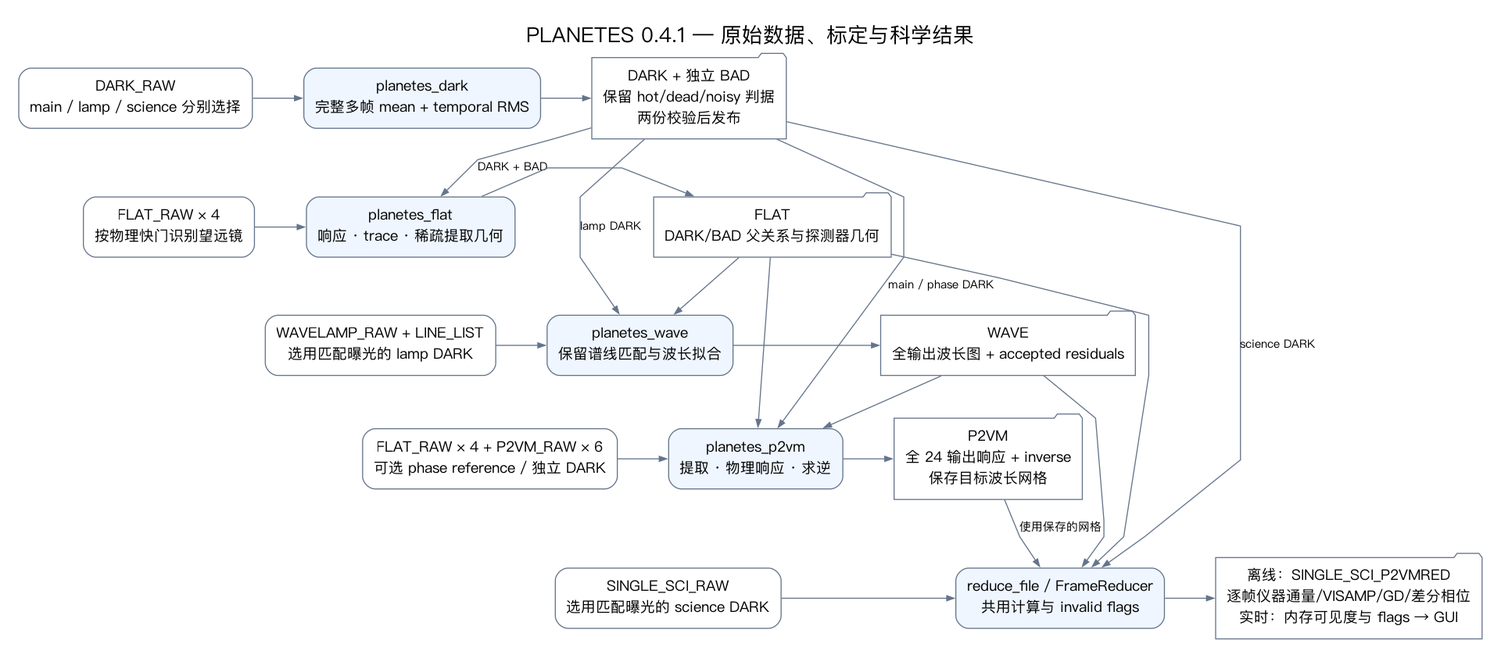
The Graphviz diagram docs/dataflow.png in zexwu/planetes_pipe, before a commit. Its source is kept beside it as docs/dataflow.dot.
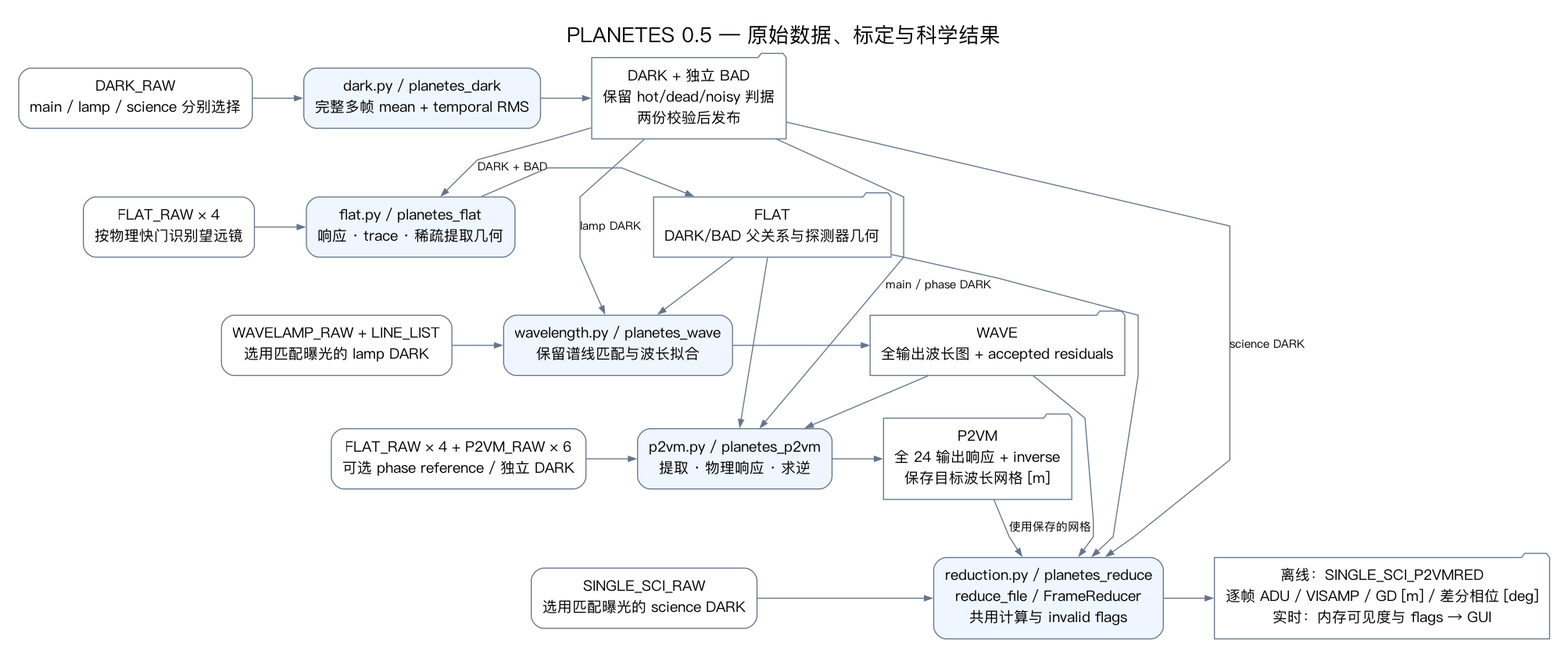
The same diagram one commit later.

The edit, as a diff of the source:
```diff
@@ -1,22 +1,22 @@
 digraph Dataflow {
-  graph [rankdir=TB, bgcolor="white", pad=0.25, nodesep=0.35, ranksep=0.55, splines=polyline, fontname="PingFang SC", fontsize=20, label="PLANETES 0.4.1 — 原始数据、标定与科学结果", labelloc=t];
+  graph [rankdir=TB, bgcolor="white", pad=0.25, nodesep=0.35, ranksep=0.55, splines=polyline, fontname="PingFang SC", fontsize=20, label="PLANETES 0.5 — 原始数据、标定与科学结果", labelloc=t];
   node [shape=box, style="rounded", fontname="PingFang SC", fontsize=14, color="#64748b", margin="0.15,0.12"];
   edge [fontname="PingFang SC", fontsize=11, color="#64748b", arrowsize=0.7];
   rawdark [label="DARK_RAW\nmain / lamp / science 分别选择"];
-  dark [label="planetes_dark\n完整多帧 mean + temporal RMS", style="rounded,filled", fillcolor="#eff6ff"];
+  dark [label="dark.py / planetes_dark\n完整多帧 mean + temporal RMS", style="rounded,filled", fillcolor="#eff6ff"];
   darkfits [label="DARK + 独立 BAD\n保留 hot/dead/noisy 判据\n两份校验后发布", shape=folder];
   rawflat [label="FLAT_RAW × 4\n按物理快门识别望远镜"];
-  flat [label="planetes_flat\n响应 · trace · 稀疏提取几何", style="rounded,filled", fillcolor="#eff6ff"];
+  flat [label="flat.py / planetes_flat\n响应 · trace · 稀疏提取几何", style="rounded,filled", fillcolor="#eff6ff"];
   flatfits [label="FLAT\nDARK/BAD 父关系与探测器几何", shape=folder];
   rawwave [label="WAVELAMP_RAW + LINE_LIST\n选用匹配曝光的 lamp DARK"];
-  wave [label="planetes_wave\n保留谱线匹配与波长拟合", style="rounded,filled", fillcolor="#eff6ff"];
+  wave [label="wavelength.py / planetes_wave\n保留谱线匹配与波长拟合", style="rounded,filled", fillcolor="#eff6ff"];
   wavefits [label="WAVE\n全输出波长图 + accepted residuals", shape=folder];
   rawp2vm [label="FLAT_RAW × 4 + P2VM_RAW × 6\n可选 phase reference / 独立 DARK"];
-  p2vm [label="planetes_p2vm\n提取 · 物理响应 · 求逆", style="rounded,filled", fillcolor="#eff6ff"];
-  p2vmfits [label="P2VM\n全 24 输出响应 + inverse\n保存目标波长网格", shape=folder];
+  p2vm [label="p2vm.py / planetes_p2vm\n提取 · 物理响应 · 求逆", style="rounded,filled", fillcolor="#eff6ff"];
+  p2vmfits [label="P2VM\n全 24 输出响应 + inverse\n保存目标波长网格 [m]", shape=folder];
   rawscience [label="SINGLE_SCI_RAW\n选用匹配曝光的 science DARK"];
-  science [label="reduce_file / FrameReducer\n共用计算与 invalid flags", style="rounded,filled", fillcolor="#eff6ff"];
-  results [label="离线：SINGLE_SCI_P2VMRED\n逐帧仪器通量/VISAMP/GD/差分相位\n实时：内存可见度与 flags → GUI", shape=folder];
+  science [label="reduction.py / planetes_reduce\nreduce_file / FrameReducer\n共用计算与 invalid flags", style="rounded,filled", fillcolor="#eff6ff"];
+  results [label="离线：SINGLE_SCI_P2VMRED\n逐帧 ADU / VISAMP / GD [m] / 差分相位 [deg]\n实时：内存可见度与 flags → GUI", shape=folder];
   {rank=same; rawdark; dark; darkfits;}
   {rank=same; rawflat; flat; flatfits;}
   {rank=same; rawwave; wave; wavefits;}
```
